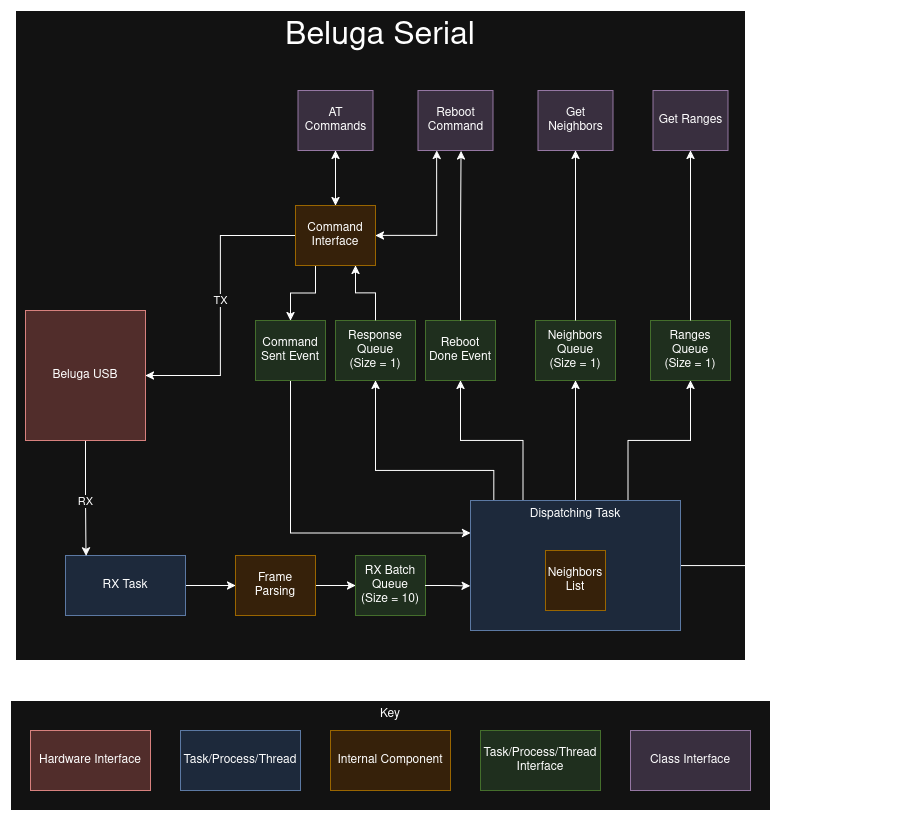
The draw.io diagram serial-comms/architectures/python-Beluga-serial-queues.drawio.png in WiseLabCMU/Beluga-2.0, before a commit. Source tidied: cells renumbered, new cells last; positions are measured from the earlier drawing's top-left corner, leaving out a move shared by most shapes.
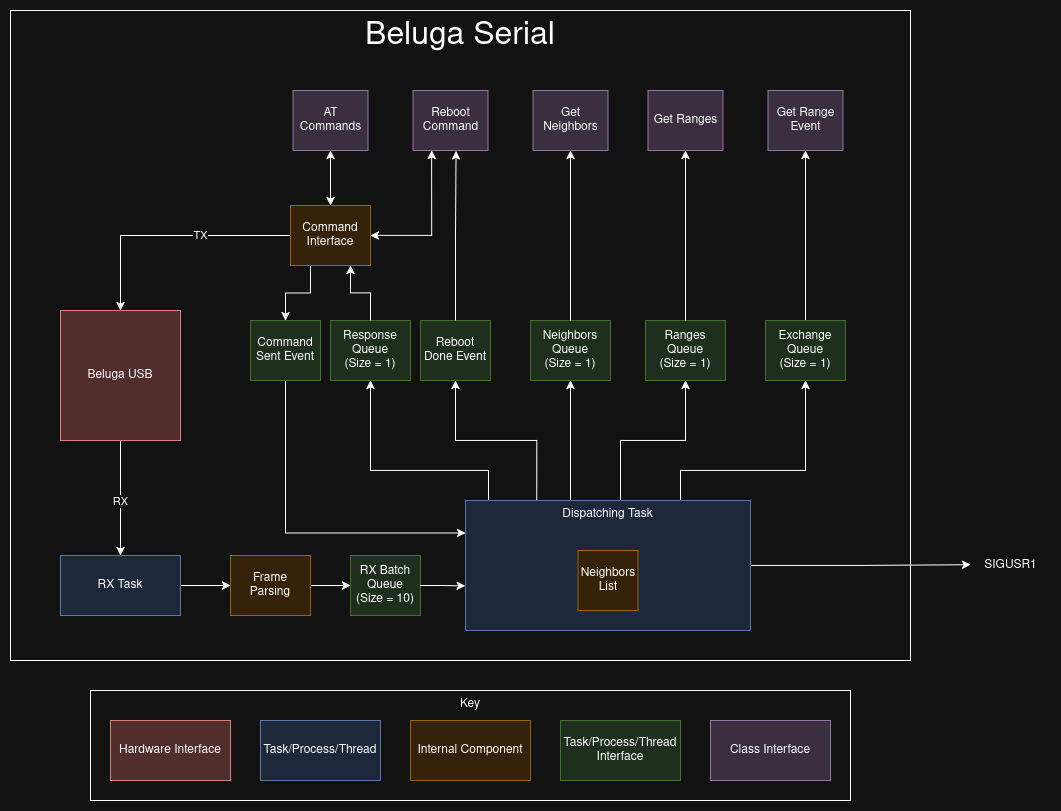
The same file after the commit.

Commit message:
Add architecture diagram

The edit, as a diff of the source:
```diff
@@ -2,8 +2,11 @@
   <root>
     <mxCell id="0" />
     <mxCell id="1" parent="0" />
+    <mxCell id="10" value="Beluga Serial" style="rounded=0;whiteSpace=wrap;html=1;verticalAlign=top;fontSize=32;" parent="1" vertex="1">
+      <mxGeometry x="5" width="900" height="650" as="geometry" />
+    </mxCell>
     <mxCell id="2" style="group;" parent="1" vertex="1">
-      <mxGeometry y="690" width="760" height="110" as="geometry" />
+      <mxGeometry x="85" y="680" width="760" height="110" as="geometry" />
     </mxCell>
     <mxCell id="3" value="Key" style="rounded=0;whiteSpace=wrap;html=1;verticalAlign=top;" parent="2" vertex="1">
       <mxGeometry width="760" height="110" as="geometry" />
@@ -23,134 +26,158 @@
     <mxCell id="8" value="Class Interface" style="rounded=0;whiteSpace=wrap;html=1;fillColor=#e1d5e7;strokeColor=#9673a6;" parent="2" vertex="1">
       <mxGeometry x="620" y="30" width="120" height="60" as="geometry" />
     </mxCell>
-    <mxCell id="9" style="group;" parent="1" vertex="1">
-      <mxGeometry x="5" width="730" height="650" as="geometry" />
-    </mxCell>
-    <mxCell id="10" value="Beluga Serial" style="rounded=0;whiteSpace=wrap;html=1;verticalAlign=top;fontSize=32;" parent="9" vertex="1">
-      <mxGeometry width="730" height="650" as="geometry" />
-    </mxCell>
+    <mxCell id="47" value="&lt;div&gt;SIGUSR1&lt;/div&gt;" style="text;html=1;align=center;verticalAlign=middle;points=[];strokeColor=none;fillColor=none;" parent="1" vertex="1">
+      <mxGeometry x="965" y="540" width="80" height="30" as="geometry" />
+    </mxCell>
+    <mxCell id="21" style="edgeStyle=orthogonalEdgeStyle;rounded=0;jettySize=auto;html=1;exitX=1;exitY=0.5;exitDx=0;exitDy=0;entryX=0.002;entryY=0.475;entryDx=0;entryDy=0;entryPerimeter=0;" parent="1" edge="1" source="22" target="47">
+      <mxGeometry relative="1" as="geometry" />
+    </mxCell>
-    <mxCell id="11" style="edgeStyle=orthogonalEdgeStyle;rounded=0;jettySize=auto;html=1;" parent="9" edge="1" source="12" target="46">
+    <mxCell id="11" style="edgeStyle=orthogonalEdgeStyle;rounded=0;jettySize=auto;html=1;" parent="1" edge="1" source="12" target="46">
       <mxGeometry relative="1" as="geometry" />
     </mxCell>
-    <mxCell id="12" value="RX Task" style="rounded=0;whiteSpace=wrap;html=1;fillColor=#dae8fc;strokeColor=#6c8ebf;" parent="9" vertex="1">
-      <mxGeometry x="50" y="545" width="120" height="60" as="geometry" />
+    <mxCell id="12" value="RX Task" style="rounded=0;whiteSpace=wrap;html=1;fillColor=#dae8fc;strokeColor=#6c8ebf;" parent="1" vertex="1">
+      <mxGeometry x="55" y="545" width="120" height="60" as="geometry" />
     </mxCell>
-    <mxCell id="13" style="edgeStyle=orthogonalEdgeStyle;rounded=0;jettySize=auto;html=1;entryX=0.171;entryY=0.005;entryDx=0;entryDy=0;entryPerimeter=0;" parent="9" edge="1" source="15" target="12">
-      <mxGeometry relative="1" as="geometry" />
+    <mxCell id="13" style="edgeStyle=orthogonalEdgeStyle;rounded=0;jettySize=auto;html=1;entryX=0.5;entryY=0;entryDx=0;entryDy=0;" parent="1" edge="1" source="15" target="12">
+      <mxGeometry relative="1" as="geometry">
+        <Array as="points">
+          <mxPoint x="115" y="460" />
+          <mxPoint x="115" y="460" />
+        </Array>
+      </mxGeometry>
     </mxCell>
     <mxCell id="14" value="RX" style="edgeLabel;html=1;align=center;verticalAlign=middle;" parent="13" vertex="1">
       <mxGeometry x="-0.4" y="1" relative="1" as="geometry">
         <mxPoint x="-1" y="26" as="offset" />
       </mxGeometry>
     </mxCell>
-    <mxCell id="15" value="Beluga USB" style="rounded=0;whiteSpace=wrap;html=1;fillColor=#f8cecc;strokeColor=#b85450;" parent="9" vertex="1">
-      <mxGeometry x="10" y="300" width="120" height="130" as="geometry" />
+    <mxCell id="15" value="Beluga USB" style="rounded=0;whiteSpace=wrap;html=1;fillColor=#f8cecc;strokeColor=#b85450;" parent="1" vertex="1">
+      <mxGeometry x="55" y="300" width="120" height="130" as="geometry" />
     </mxCell>
-    <mxCell id="16" value="&lt;div&gt;RX Batch Queue&lt;br&gt;&lt;/div&gt;&lt;div&gt;(Size = 10)&lt;br&gt;&lt;/div&gt;" style="rounded=0;whiteSpace=wrap;html=1;fillColor=#d5e8d4;strokeColor=#82b366;" parent="9" vertex="1">
-      <mxGeometry x="340" y="545" width="70" height="60" as="geometry" />
+    <mxCell id="16" value="&lt;div&gt;RX Batch Queue&lt;br&gt;&lt;/div&gt;&lt;div&gt;(Size = 10)&lt;br&gt;&lt;/div&gt;" style="rounded=0;whiteSpace=wrap;html=1;fillColor=#d5e8d4;strokeColor=#82b366;" parent="1" vertex="1">
+      <mxGeometry x="345" y="545" width="70" height="60" as="geometry" />
     </mxCell>
-    <mxCell id="17" style="edgeStyle=orthogonalEdgeStyle;rounded=0;jettySize=auto;html=1;exitX=0.111;exitY=0.002;exitDx=0;exitDy=0;entryX=0.5;entryY=1;entryDx=0;entryDy=0;exitPerimeter=0;" parent="9" edge="1" source="22" target="26">
+    <mxCell id="17" style="edgeStyle=orthogonalEdgeStyle;rounded=0;jettySize=auto;html=1;exitX=0.111;exitY=0.002;exitDx=0;exitDy=0;entryX=0.5;entryY=1;entryDx=0;entryDy=0;exitPerimeter=0;" parent="1" edge="1" source="22" target="26">
       <mxGeometry relative="1" as="geometry">
         <Array as="points">
-          <mxPoint x="478" y="460" />
-          <mxPoint x="360" y="460" />
+          <mxPoint x="483" y="460" />
+          <mxPoint x="365" y="460" />
         </Array>
       </mxGeometry>
     </mxCell>
-    <mxCell id="18" style="edgeStyle=orthogonalEdgeStyle;rounded=0;jettySize=auto;html=1;exitX=0.25;exitY=0;exitDx=0;exitDy=0;entryX=0.5;entryY=1;entryDx=0;entryDy=0;" parent="9" edge="1" source="22" target="29">
+    <mxCell id="18" style="edgeStyle=orthogonalEdgeStyle;rounded=0;jettySize=auto;html=1;exitX=0.25;exitY=0;exitDx=0;exitDy=0;entryX=0.5;entryY=1;entryDx=0;entryDy=0;" parent="1" edge="1" source="22" target="29">
       <mxGeometry relative="1" as="geometry" />
     </mxCell>
-    <mxCell id="19" style="edgeStyle=orthogonalEdgeStyle;rounded=0;jettySize=auto;html=1;entryX=0.5;entryY=1;entryDx=0;entryDy=0;" parent="9" edge="1" source="22" target="25">
-      <mxGeometry relative="1" as="geometry" />
+    <mxCell id="19" style="edgeStyle=orthogonalEdgeStyle;rounded=0;jettySize=auto;html=1;entryX=0.5;entryY=1;entryDx=0;entryDy=0;" parent="1" edge="1" source="22" target="25">
+      <mxGeometry relative="1" as="geometry">
+        <Array as="points">
+          <mxPoint x="565" y="460" />
+          <mxPoint x="565" y="460" />
+        </Array>
+      </mxGeometry>
     </mxCell>
-    <mxCell id="20" style="edgeStyle=orthogonalEdgeStyle;rounded=0;jettySize=auto;html=1;exitX=0.75;exitY=0;exitDx=0;exitDy=0;entryX=0.5;entryY=1;entryDx=0;entryDy=0;" parent="9" edge="1" source="22" target="24">
-      <mxGeometry relative="1" as="geometry" />
+    <mxCell id="20" style="edgeStyle=orthogonalEdgeStyle;rounded=0;jettySize=auto;html=1;exitX=0.536;exitY=0.001;exitDx=0;exitDy=0;entryX=0.5;entryY=1;entryDx=0;entryDy=0;exitPerimeter=0;" parent="1" edge="1" source="22" target="24">
+      <mxGeometry relative="1" as="geometry">
+        <Array as="points">
+          <mxPoint x="615" y="490" />
+          <mxPoint x="615" y="430" />
+          <mxPoint x="680" y="430" />
+        </Array>
+      </mxGeometry>
     </mxCell>
-    <mxCell id="21" style="edgeStyle=orthogonalEdgeStyle;rounded=0;jettySize=auto;html=1;exitX=1;exitY=0.5;exitDx=0;exitDy=0;" parent="9" edge="1" source="22">
-      <mxGeometry relative="1" as="geometry">
-        <mxPoint x="810" y="554.9" as="targetPoint" />
-      </mxGeometry>
-    </mxCell>
+    <mxCell id="49" style="edgeStyle=orthogonalEdgeStyle;rounded=0;jettySize=auto;html=1;" parent="1" edge="1" source="22" target="51">
+      <mxGeometry relative="1" as="geometry">
+        <Array as="points">
+          <mxPoint x="675" y="460" />
+          <mxPoint x="800" y="460" />
+        </Array>
+      </mxGeometry>
+    </mxCell>
-    <mxCell id="22" value="Dispatching Task" style="rounded=0;whiteSpace=wrap;html=1;fillColor=#dae8fc;strokeColor=#6c8ebf;verticalAlign=top;" parent="9" vertex="1">
-      <mxGeometry x="455" y="490" width="210" height="130" as="geometry" />
+    <mxCell id="22" value="Dispatching Task" style="rounded=0;whiteSpace=wrap;html=1;fillColor=#dae8fc;strokeColor=#6c8ebf;verticalAlign=top;" parent="1" vertex="1">
+      <mxGeometry x="460" y="490" width="285" height="130" as="geometry" />
     </mxCell>
-    <mxCell id="23" value="Neighbors List" style="rounded=0;whiteSpace=wrap;html=1;fillColor=#ffe6cc;strokeColor=#d79b00;" parent="9" vertex="1">
-      <mxGeometry x="530" y="540" width="60" height="60" as="geometry" />
+    <mxCell id="23" value="Neighbors List" style="rounded=0;whiteSpace=wrap;html=1;fillColor=#ffe6cc;strokeColor=#d79b00;" parent="1" vertex="1">
+      <mxGeometry x="572.5" y="540" width="60" height="60" as="geometry" />
     </mxCell>
-    <mxCell id="24" value="&lt;div&gt;Ranges Queue&lt;/div&gt;&lt;div&gt;(Size = 1)&lt;br&gt;&lt;/div&gt;" style="rounded=0;whiteSpace=wrap;html=1;fillColor=#d5e8d4;strokeColor=#82b366;" parent="9" vertex="1">
-      <mxGeometry x="635" y="310" width="80" height="60" as="geometry" />
+    <mxCell id="24" value="&lt;div&gt;Ranges Queue&lt;/div&gt;&lt;div&gt;(Size = 1)&lt;br&gt;&lt;/div&gt;" style="rounded=0;whiteSpace=wrap;html=1;fillColor=#d5e8d4;strokeColor=#82b366;" parent="1" vertex="1">
+      <mxGeometry x="640" y="310" width="80" height="60" as="geometry" />
     </mxCell>
-    <mxCell id="25" value="&lt;div&gt;Neighbors Queue&lt;/div&gt;&lt;div&gt;(Size = 1)&lt;br&gt;&lt;/div&gt;" style="rounded=0;whiteSpace=wrap;html=1;fillColor=#d5e8d4;strokeColor=#82b366;" parent="9" vertex="1">
-      <mxGeometry x="520" y="310" width="80" height="60" as="geometry" />
+    <mxCell id="25" value="&lt;div&gt;Neighbors Queue&lt;/div&gt;&lt;div&gt;(Size = 1)&lt;br&gt;&lt;/div&gt;" style="rounded=0;whiteSpace=wrap;html=1;fillColor=#d5e8d4;strokeColor=#82b366;" parent="1" vertex="1">
+      <mxGeometry x="525" y="310" width="80" height="60" as="geometry" />
     </mxCell>
-    <mxCell id="26" value="&lt;div&gt;Response Queue&lt;/div&gt;&lt;div&gt;(Size = 1)&lt;br&gt;&lt;/div&gt;" style="rounded=0;whiteSpace=wrap;html=1;fillColor=#d5e8d4;strokeColor=#82b366;" parent="9" vertex="1">
-      <mxGeometry x="320" y="310" width="80" height="60" as="geometry" />
+    <mxCell id="26" value="&lt;div&gt;Response Queue&lt;/div&gt;&lt;div&gt;(Size = 1)&lt;br&gt;&lt;/div&gt;" style="rounded=0;whiteSpace=wrap;html=1;fillColor=#d5e8d4;strokeColor=#82b366;" parent="1" vertex="1">
+      <mxGeometry x="325" y="310" width="80" height="60" as="geometry" />
     </mxCell>
-    <mxCell id="27" style="edgeStyle=orthogonalEdgeStyle;rounded=0;jettySize=auto;html=1;exitX=0.5;exitY=1;exitDx=0;exitDy=0;entryX=0;entryY=0.25;entryDx=0;entryDy=0;" parent="9" edge="1" source="28" target="22">
+    <mxCell id="27" style="edgeStyle=orthogonalEdgeStyle;rounded=0;jettySize=auto;html=1;exitX=0.5;exitY=1;exitDx=0;exitDy=0;entryX=0;entryY=0.25;entryDx=0;entryDy=0;" parent="1" edge="1" source="28" target="22">
       <mxGeometry relative="1" as="geometry" />
     </mxCell>
-    <mxCell id="28" value="Command Sent Event" style="rounded=0;whiteSpace=wrap;html=1;fillColor=#d5e8d4;strokeColor=#82b366;" parent="9" vertex="1">
-      <mxGeometry x="240" y="310" width="70" height="60" as="geometry" />
+    <mxCell id="28" value="Command Sent Event" style="rounded=0;whiteSpace=wrap;html=1;fillColor=#d5e8d4;strokeColor=#82b366;" parent="1" vertex="1">
+      <mxGeometry x="245" y="310" width="70" height="60" as="geometry" />
     </mxCell>
-    <mxCell id="29" value="Reboot Done Event" style="rounded=0;whiteSpace=wrap;html=1;fillColor=#d5e8d4;strokeColor=#82b366;" parent="9" vertex="1">
-      <mxGeometry x="410" y="310" width="70" height="60" as="geometry" />
+    <mxCell id="29" value="Reboot Done Event" style="rounded=0;whiteSpace=wrap;html=1;fillColor=#d5e8d4;strokeColor=#82b366;" parent="1" vertex="1">
+      <mxGeometry x="415" y="310" width="70" height="60" as="geometry" />
     </mxCell>
-    <mxCell id="30" style="edgeStyle=orthogonalEdgeStyle;rounded=0;jettySize=auto;html=1;entryX=0.75;entryY=1;entryDx=0;entryDy=0;" parent="9" edge="1" source="26" target="42">
+    <mxCell id="30" style="edgeStyle=orthogonalEdgeStyle;rounded=0;jettySize=auto;html=1;entryX=0.75;entryY=1;entryDx=0;entryDy=0;" parent="1" edge="1" source="26" target="42">
       <mxGeometry relative="1" as="geometry" />
     </mxCell>
-    <mxCell id="31" style="edgeStyle=orthogonalEdgeStyle;rounded=0;jettySize=auto;html=1;exitX=0.25;exitY=1;exitDx=0;exitDy=0;entryX=0.5;entryY=0;entryDx=0;entryDy=0;" parent="9" edge="1" source="42" target="28">
+    <mxCell id="31" style="edgeStyle=orthogonalEdgeStyle;rounded=0;jettySize=auto;html=1;exitX=0.25;exitY=1;exitDx=0;exitDy=0;entryX=0.5;entryY=0;entryDx=0;entryDy=0;" parent="1" edge="1" source="42" target="28">
       <mxGeometry relative="1" as="geometry" />
     </mxCell>
-    <mxCell id="32" style="edgeStyle=orthogonalEdgeStyle;rounded=0;jettySize=auto;html=1;exitX=1;exitY=0.5;exitDx=0;exitDy=0;entryX=-0.001;entryY=0.657;entryDx=0;entryDy=0;entryPerimeter=0;" parent="9" edge="1" source="16" target="22">
+    <mxCell id="32" style="edgeStyle=orthogonalEdgeStyle;rounded=0;jettySize=auto;html=1;exitX=1;exitY=0.5;exitDx=0;exitDy=0;entryX=-0.001;entryY=0.657;entryDx=0;entryDy=0;entryPerimeter=0;" parent="1" edge="1" source="16" target="22">
       <mxGeometry relative="1" as="geometry" />
     </mxCell>
-    <mxCell id="33" style="edgeStyle=orthogonalEdgeStyle;rounded=0;jettySize=auto;html=1;entryX=0.5;entryY=1;entryDx=0;entryDy=0;" parent="9" edge="1" source="25" target="40">
+    <mxCell id="33" style="edgeStyle=orthogonalEdgeStyle;rounded=0;jettySize=auto;html=1;entryX=0.5;entryY=1;entryDx=0;entryDy=0;" parent="1" edge="1" source="25" target="40">
       <mxGeometry relative="1" as="geometry" />
     </mxCell>
-    <mxCell id="34" style="edgeStyle=orthogonalEdgeStyle;rounded=0;jettySize=auto;html=1;entryX=0.5;entryY=1;entryDx=0;entryDy=0;" parent="9" edge="1" source="24" target="41">
+    <mxCell id="34" style="edgeStyle=orthogonalEdgeStyle;rounded=0;jettySize=auto;html=1;entryX=0.5;entryY=1;entryDx=0;entryDy=0;" parent="1" edge="1" source="24" target="41">
       <mxGeometry relative="1" as="geometry" />
     </mxCell>
-    <mxCell id="35" style="edgeStyle=orthogonalEdgeStyle;rounded=0;jettySize=auto;html=1;exitX=0;exitY=0.5;exitDx=0;exitDy=0;entryX=1;entryY=0.5;entryDx=0;entryDy=0;" parent="9" edge="1" source="42" target="15">
+    <mxCell id="35" style="edgeStyle=orthogonalEdgeStyle;rounded=0;jettySize=auto;html=1;exitX=0;exitY=0.5;exitDx=0;exitDy=0;entryX=0.5;entryY=0;entryDx=0;entryDy=0;" parent="1" edge="1" source="42" target="15">
       <mxGeometry relative="1" as="geometry" />
     </mxCell>
     <mxCell id="36" value="TX" style="edgeLabel;html=1;align=center;verticalAlign=middle;" parent="35" vertex="1">
-      <mxGeometry x="-0.04" relative="1" as="geometry" />
+      <mxGeometry x="-0.04" relative="1" as="geometry">
+        <mxPoint x="28" as="offset" />
+      </mxGeometry>
     </mxCell>
-    <mxCell id="37" style="edgeStyle=orthogonalEdgeStyle;rounded=0;jettySize=auto;html=1;entryX=0.5;entryY=0;entryDx=0;entryDy=0;startArrow=classic;startFill=1;" parent="9" edge="1" source="38" target="42">
+    <mxCell id="37" style="edgeStyle=orthogonalEdgeStyle;rounded=0;jettySize=auto;html=1;entryX=0.5;entryY=0;entryDx=0;entryDy=0;startArrow=classic;startFill=1;" parent="1" edge="1" source="38" target="42">
       <mxGeometry relative="1" as="geometry" />
     </mxCell>
-    <mxCell id="38" value="AT Commands" style="rounded=0;whiteSpace=wrap;html=1;fillColor=#e1d5e7;strokeColor=#9673a6;" parent="9" vertex="1">
-      <mxGeometry x="282.5" y="80" width="75" height="60" as="geometry" />
+    <mxCell id="38" value="AT Commands" style="rounded=0;whiteSpace=wrap;html=1;fillColor=#e1d5e7;strokeColor=#9673a6;" parent="1" vertex="1">
+      <mxGeometry x="287.5" y="80" width="75" height="60" as="geometry" />
     </mxCell>
-    <mxCell id="39" value="Reboot Command" style="rounded=0;whiteSpace=wrap;html=1;fillColor=#e1d5e7;strokeColor=#9673a6;" parent="9" vertex="1">
-      <mxGeometry x="402.5" y="80" width="75" height="60" as="geometry" />
+    <mxCell id="39" value="Reboot Command" style="rounded=0;whiteSpace=wrap;html=1;fillColor=#e1d5e7;strokeColor=#9673a6;" parent="1" vertex="1">
+      <mxGeometry x="407.5" y="80" width="75" height="60" as="geometry" />
     </mxCell>
-    <mxCell id="40" value="Get Neighbors" style="rounded=0;whiteSpace=wrap;html=1;fillColor=#e1d5e7;strokeColor=#9673a6;" parent="9" vertex="1">
-      <mxGeometry x="522.5" y="80" width="75" height="60" as="geometry" />
+    <mxCell id="40" value="Get Neighbors" style="rounded=0;whiteSpace=wrap;html=1;fillColor=#e1d5e7;strokeColor=#9673a6;" parent="1" vertex="1">
+      <mxGeometry x="527.5" y="80" width="75" height="60" as="geometry" />
     </mxCell>
-    <mxCell id="41" value="Get Ranges" style="rounded=0;whiteSpace=wrap;html=1;fillColor=#e1d5e7;strokeColor=#9673a6;" parent="9" vertex="1">
-      <mxGeometry x="637.5" y="80" width="75" height="60" as="geometry" />
+    <mxCell id="41" value="Get Ranges" style="rounded=0;whiteSpace=wrap;html=1;fillColor=#e1d5e7;strokeColor=#9673a6;" parent="1" vertex="1">
+      <mxGeometry x="642.5" y="80" width="75" height="60" as="geometry" />
     </mxCell>
-    <mxCell id="42" value="Command Interface" style="rounded=0;whiteSpace=wrap;html=1;fillColor=#ffe6cc;strokeColor=#d79b00;" parent="9" vertex="1">
-      <mxGeometry x="280" y="195" width="80" height="60" as="geometry" />
+    <mxCell id="42" value="Command Interface" style="rounded=0;whiteSpace=wrap;html=1;fillColor=#ffe6cc;strokeColor=#d79b00;" parent="1" vertex="1">
+      <mxGeometry x="285" y="195" width="80" height="60" as="geometry" />
     </mxCell>
-    <mxCell id="43" style="edgeStyle=orthogonalEdgeStyle;rounded=0;jettySize=auto;html=1;entryX=1;entryY=0.5;entryDx=0;entryDy=0;startArrow=classic;startFill=1;exitX=0.25;exitY=1;exitDx=0;exitDy=0;" parent="9" edge="1" source="39" target="42">
+    <mxCell id="43" style="edgeStyle=orthogonalEdgeStyle;rounded=0;jettySize=auto;html=1;entryX=1;entryY=0.5;entryDx=0;entryDy=0;startArrow=classic;startFill=1;exitX=0.25;exitY=1;exitDx=0;exitDy=0;" parent="1" edge="1" source="39" target="42">
       <mxGeometry relative="1" as="geometry" />
     </mxCell>
-    <mxCell id="44" style="edgeStyle=orthogonalEdgeStyle;rounded=0;jettySize=auto;html=1;entryX=0.574;entryY=1.006;entryDx=0;entryDy=0;entryPerimeter=0;" parent="9" edge="1" source="29" target="39">
+    <mxCell id="44" style="edgeStyle=orthogonalEdgeStyle;rounded=0;jettySize=auto;html=1;entryX=0.574;entryY=1.006;entryDx=0;entryDy=0;entryPerimeter=0;" parent="1" edge="1" source="29" target="39">
       <mxGeometry relative="1" as="geometry" />
     </mxCell>
-    <mxCell id="45" style="edgeStyle=orthogonalEdgeStyle;rounded=0;jettySize=auto;html=1;" parent="9" edge="1" source="46" target="16">
+    <mxCell id="45" style="edgeStyle=orthogonalEdgeStyle;rounded=0;jettySize=auto;html=1;" parent="1" edge="1" source="46" target="16">
       <mxGeometry relative="1" as="geometry" />
     </mxCell>
-    <mxCell id="46" value="&lt;div&gt;Frame&lt;/div&gt;&lt;div&gt;Parsing&lt;/div&gt;" style="rounded=0;whiteSpace=wrap;html=1;fillColor=#ffe6cc;strokeColor=#d79b00;" parent="9" vertex="1">
-      <mxGeometry x="220" y="545" width="80" height="60" as="geometry" />
+    <mxCell id="46" value="&lt;div&gt;Frame&lt;/div&gt;&lt;div&gt;Parsing&lt;/div&gt;" style="rounded=0;whiteSpace=wrap;html=1;fillColor=#ffe6cc;strokeColor=#d79b00;" parent="1" vertex="1">
+      <mxGeometry x="225" y="545" width="80" height="60" as="geometry" />
     </mxCell>
-    <mxCell id="47" value="&lt;div&gt;SIGUSR1&lt;/div&gt;" style="text;html=1;align=center;verticalAlign=middle;points=[];strokeColor=none;fillColor=none;" parent="1" vertex="1">
-      <mxGeometry x="805" y="540" width="80" height="30" as="geometry" />
-    </mxCell>
-    <mxCell id="48" value="&lt;div&gt;SIGUSR1&lt;/div&gt;" style="text;html=1;align=center;verticalAlign=middle;strokeColor=none;fillColor=none;" parent="1" vertex="1">
-      <mxGeometry x="805" y="540" width="80" height="30" as="geometry" />
-    </mxCell>
+    <mxCell id="50" style="edgeStyle=orthogonalEdgeStyle;rounded=0;jettySize=auto;html=1;entryX=0.5;entryY=1;entryDx=0;entryDy=0;" parent="1" edge="1" source="51" target="52">
+      <mxGeometry relative="1" as="geometry" />
+    </mxCell>
+    <mxCell id="51" value="&lt;div&gt;Exchange Queue&lt;/div&gt;&lt;div&gt;(Size = 1)&lt;br&gt;&lt;/div&gt;" style="rounded=0;whiteSpace=wrap;html=1;fillColor=#d5e8d4;strokeColor=#82b366;" parent="1" vertex="1">
+      <mxGeometry x="760" y="310" width="80" height="60" as="geometry" />
+    </mxCell>
+    <mxCell id="52" value="Get Range Event" style="rounded=0;whiteSpace=wrap;html=1;fillColor=#e1d5e7;strokeColor=#9673a6;" parent="1" vertex="1">
+      <mxGeometry x="762.5" y="80" width="75" height="60" as="geometry" />
+    </mxCell>
   </root>
 </mxGraphModel>
```
